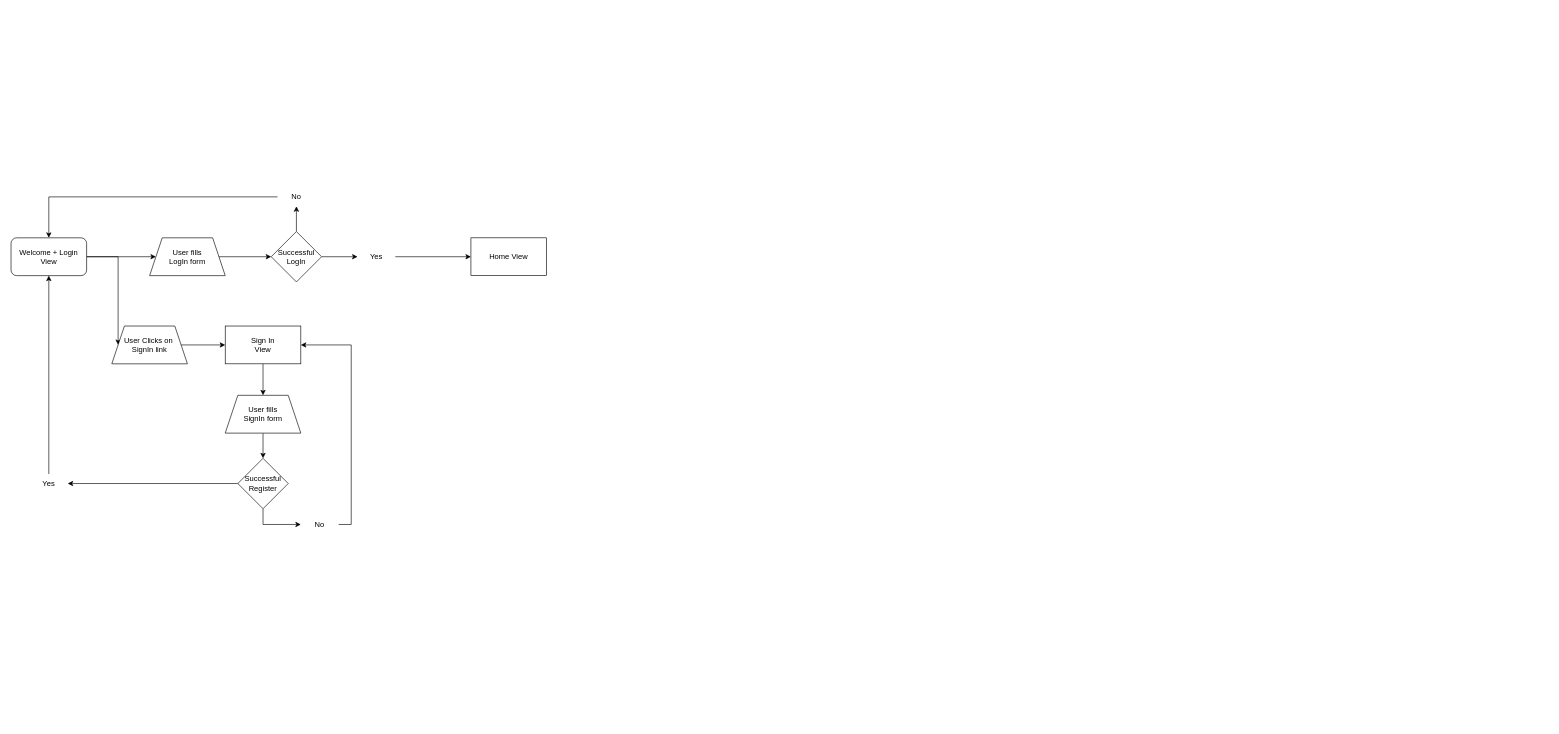
The draw.io diagram Diagrama sin título.drawio in Coquixo/final-flow-diagram, before the edit. Source tidied: cells renumbered, new cells numbered last; positions are measured from the earlier drawing's top-left corner, leaving out a move shared by most shapes. Both pictures are drawn from the tidied source at 63%, with x=0, y=0 at pixel (11, 187).
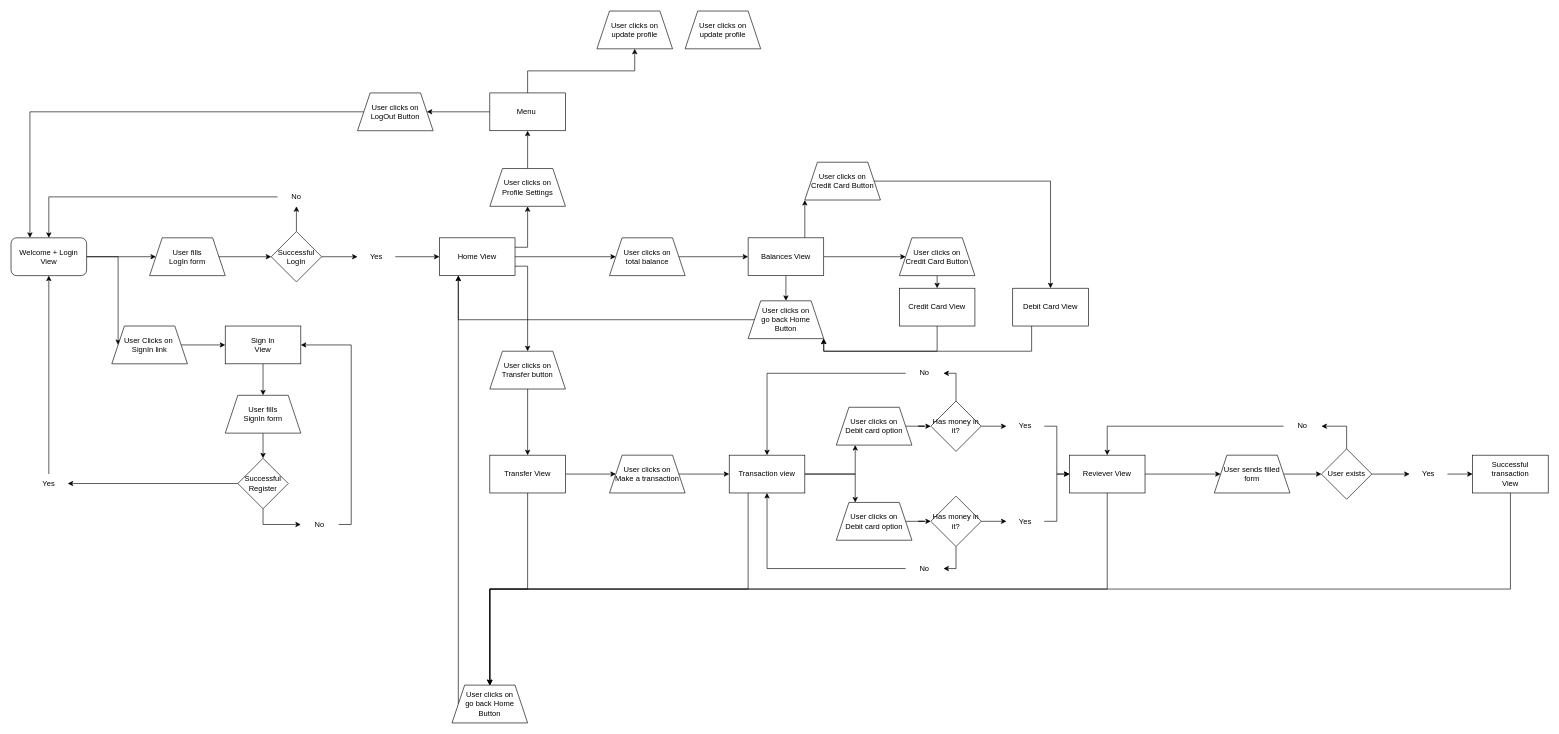
The same page after the edit.

Unchanged cells that the change refers to:
```xml
<mxCell id="4" value="Welcome + Login&lt;br&gt;View" style="rounded=1;whiteSpace=wrap;html=1;" parent="1" vertex="1">
  <mxGeometry y="80" width="120" height="60" as="geometry" />
</mxCell>
```

Change to the diagram source:
```diff
@@
+    <mxCell id="28" style="edgeStyle=orthogonalEdgeStyle;rounded=0;jettySize=auto;html=1;exitX=1;exitY=0.5;exitDx=0;exitDy=0;entryX=0;entryY=0.5;entryDx=0;entryDy=0;" parent="1" edge="1" source="27" target="32">
+      <mxGeometry relative="1" as="geometry" />
+    </mxCell>
+    <mxCell id="29" style="edgeStyle=orthogonalEdgeStyle;rounded=0;jettySize=auto;html=1;exitX=1;exitY=0.25;exitDx=0;exitDy=0;entryX=0.5;entryY=1;entryDx=0;entryDy=0;" parent="1" edge="1" source="27" target="38">
+      <mxGeometry relative="1" as="geometry" />
+    </mxCell>
+    <mxCell id="30" style="edgeStyle=orthogonalEdgeStyle;rounded=0;jettySize=auto;html=1;exitX=1;exitY=0.75;exitDx=0;exitDy=0;entryX=0.5;entryY=0;entryDx=0;entryDy=0;" parent="1" edge="1" source="27" target="47">
+      <mxGeometry relative="1" as="geometry" />
+    </mxCell>
     <mxCell id="27" value="Home View" style="rounded=0;whiteSpace=wrap;html=1;" parent="1" vertex="1">
-      <mxGeometry x="730" y="80" width="120" height="60" as="geometry" />
+      <mxGeometry x="680" y="80" width="120" height="60" as="geometry" />
     </mxCell>
+    <mxCell id="31" style="edgeStyle=orthogonalEdgeStyle;rounded=0;jettySize=auto;html=1;exitX=1;exitY=0.5;exitDx=0;exitDy=0;entryX=0;entryY=0.5;entryDx=0;entryDy=0;" parent="1" edge="1" source="32" target="36">
+      <mxGeometry relative="1" as="geometry" />
+    </mxCell>
+    <mxCell id="32" value="User clicks on&lt;br&gt;total balance" style="shape=trapezoid;perimeter=trapezoidPerimeter;whiteSpace=wrap;html=1;fixedSize=1;" parent="1" vertex="1">
+      <mxGeometry x="950" y="80" width="120" height="60" as="geometry" />
+    </mxCell>
+    <mxCell id="33" style="edgeStyle=orthogonalEdgeStyle;rounded=0;jettySize=auto;html=1;exitX=0.5;exitY=1;exitDx=0;exitDy=0;entryX=0.5;entryY=0;entryDx=0;entryDy=0;" parent="1" edge="1" source="36" target="92">
+      <mxGeometry relative="1" as="geometry" />
+    </mxCell>
+    <mxCell id="34" style="edgeStyle=orthogonalEdgeStyle;rounded=0;jettySize=auto;html=1;exitX=1;exitY=0.5;exitDx=0;exitDy=0;entryX=0;entryY=0.5;entryDx=0;entryDy=0;" parent="1" edge="1" source="36" target="94">
+      <mxGeometry relative="1" as="geometry" />
+    </mxCell>
+    <mxCell id="35" style="edgeStyle=orthogonalEdgeStyle;rounded=0;jettySize=auto;html=1;exitX=0.75;exitY=0;exitDx=0;exitDy=0;entryX=0;entryY=1;entryDx=0;entryDy=0;" parent="1" edge="1" source="36" target="98">
+      <mxGeometry relative="1" as="geometry" />
+    </mxCell>
+    <mxCell id="36" value="Balances View" style="rounded=0;whiteSpace=wrap;html=1;" parent="1" vertex="1">
+      <mxGeometry x="1170" y="80" width="120" height="60" as="geometry" />
+    </mxCell>
+    <mxCell id="37" style="edgeStyle=orthogonalEdgeStyle;rounded=0;jettySize=auto;html=1;exitX=0.5;exitY=0;exitDx=0;exitDy=0;entryX=0.5;entryY=1;entryDx=0;entryDy=0;" parent="1" edge="1" source="38" target="41">
+      <mxGeometry relative="1" as="geometry" />
+    </mxCell>
+    <mxCell id="38" value="User clicks on&lt;br&gt;Profile Settings" style="shape=trapezoid;perimeter=trapezoidPerimeter;whiteSpace=wrap;html=1;fixedSize=1;" parent="1" vertex="1">
+      <mxGeometry x="760" y="-30" width="120" height="60" as="geometry" />
+    </mxCell>
+    <mxCell id="39" style="edgeStyle=orthogonalEdgeStyle;rounded=0;jettySize=auto;html=1;exitX=0;exitY=0.5;exitDx=0;exitDy=0;entryX=1;entryY=0.5;entryDx=0;entryDy=0;" parent="1" edge="1" source="41" target="43">
+      <mxGeometry relative="1" as="geometry" />
+    </mxCell>
+    <mxCell id="40" style="edgeStyle=orthogonalEdgeStyle;rounded=0;jettySize=auto;html=1;exitX=0.5;exitY=0;exitDx=0;exitDy=0;entryX=0.5;entryY=1;entryDx=0;entryDy=0;" parent="1" edge="1" source="41" target="44">
+      <mxGeometry relative="1" as="geometry" />
+    </mxCell>
+    <mxCell id="41" value="Menu&amp;nbsp;" style="rounded=0;whiteSpace=wrap;html=1;" parent="1" vertex="1">
+      <mxGeometry x="760" y="-150" width="120" height="60" as="geometry" />
+    </mxCell>
+    <mxCell id="42" style="edgeStyle=orthogonalEdgeStyle;rounded=0;jettySize=auto;html=1;exitX=0;exitY=0.5;exitDx=0;exitDy=0;entryX=0.25;entryY=0;entryDx=0;entryDy=0;" parent="1" edge="1" source="43" target="4">
+      <mxGeometry relative="1" as="geometry" />
+    </mxCell>
+    <mxCell id="43" value="User clicks on&lt;br&gt;LogOut Button" style="shape=trapezoid;perimeter=trapezoidPerimeter;whiteSpace=wrap;html=1;fixedSize=1;" parent="1" vertex="1">
+      <mxGeometry x="550" y="-150" width="120" height="60" as="geometry" />
+    </mxCell>
+    <mxCell id="44" value="User clicks on&lt;br&gt;update profile" style="shape=trapezoid;perimeter=trapezoidPerimeter;whiteSpace=wrap;html=1;fixedSize=1;" parent="1" vertex="1">
+      <mxGeometry x="930" y="-280" width="120" height="60" as="geometry" />
+    </mxCell>
+    <mxCell id="45" value="User clicks on&lt;br&gt;update profile" style="shape=trapezoid;perimeter=trapezoidPerimeter;whiteSpace=wrap;html=1;fixedSize=1;" parent="1" vertex="1">
+      <mxGeometry x="1070" y="-280" width="120" height="60" as="geometry" />
+    </mxCell>
+    <mxCell id="46" style="edgeStyle=orthogonalEdgeStyle;rounded=0;jettySize=auto;html=1;exitX=0.5;exitY=1;exitDx=0;exitDy=0;entryX=0.5;entryY=0;entryDx=0;entryDy=0;" parent="1" edge="1" source="47" target="50">
+      <mxGeometry relative="1" as="geometry" />
+    </mxCell>
+    <mxCell id="47" value="User clicks on&lt;br&gt;Transfer button" style="shape=trapezoid;perimeter=trapezoidPerimeter;whiteSpace=wrap;html=1;fixedSize=1;" parent="1" vertex="1">
+      <mxGeometry x="760" y="260" width="120" height="60" as="geometry" />
+    </mxCell>
+    <mxCell id="48" style="edgeStyle=orthogonalEdgeStyle;rounded=0;jettySize=auto;html=1;exitX=1;exitY=0.5;exitDx=0;exitDy=0;entryX=0;entryY=0.5;entryDx=0;entryDy=0;" parent="1" edge="1" source="50" target="52">
+      <mxGeometry relative="1" as="geometry" />
+    </mxCell>
+    <mxCell id="49" style="edgeStyle=orthogonalEdgeStyle;rounded=0;jettySize=auto;html=1;exitX=0.5;exitY=1;exitDx=0;exitDy=0;entryX=0.5;entryY=0;entryDx=0;entryDy=0;" parent="1" edge="1" source="50" target="90">
+      <mxGeometry relative="1" as="geometry" />
+    </mxCell>
+    <mxCell id="50" value="Transfer View" style="rounded=0;whiteSpace=wrap;html=1;" parent="1" vertex="1">
+      <mxGeometry x="760" y="425" width="120" height="60" as="geometry" />
+    </mxCell>
+    <mxCell id="51" style="edgeStyle=orthogonalEdgeStyle;rounded=0;jettySize=auto;html=1;exitX=1;exitY=0.5;exitDx=0;exitDy=0;entryX=0;entryY=0.5;entryDx=0;entryDy=0;" parent="1" edge="1" source="52" target="56">
+      <mxGeometry relative="1" as="geometry" />
+    </mxCell>
+    <mxCell id="52" value="User clicks on&lt;br&gt;Make a transaction" style="shape=trapezoid;perimeter=trapezoidPerimeter;whiteSpace=wrap;html=1;fixedSize=1;" parent="1" vertex="1">
+      <mxGeometry x="950" y="425" width="120" height="60" as="geometry" />
+    </mxCell>
+    <mxCell id="53" style="edgeStyle=orthogonalEdgeStyle;rounded=0;jettySize=auto;html=1;exitX=1;exitY=0.5;exitDx=0;exitDy=0;entryX=0.25;entryY=1;entryDx=0;entryDy=0;" parent="1" edge="1" source="56" target="60">
+      <mxGeometry relative="1" as="geometry" />
+    </mxCell>
+    <mxCell id="54" style="edgeStyle=orthogonalEdgeStyle;rounded=0;jettySize=auto;html=1;exitX=1;exitY=0.5;exitDx=0;exitDy=0;entryX=0.25;entryY=0;entryDx=0;entryDy=0;" parent="1" edge="1" source="56" target="58">
+      <mxGeometry relative="1" as="geometry" />
+    </mxCell>
+    <mxCell id="55" style="edgeStyle=orthogonalEdgeStyle;rounded=0;jettySize=auto;html=1;exitX=0.25;exitY=1;exitDx=0;exitDy=0;entryX=0.5;entryY=0;entryDx=0;entryDy=0;" parent="1" edge="1" source="56" target="90">
+      <mxGeometry relative="1" as="geometry" />
+    </mxCell>
+    <mxCell id="56" value="Transaction view" style="rounded=0;whiteSpace=wrap;html=1;" parent="1" vertex="1">
+      <mxGeometry x="1140" y="425" width="120" height="60" as="geometry" />
+    </mxCell>
+    <mxCell id="57" style="edgeStyle=orthogonalEdgeStyle;rounded=0;jettySize=auto;html=1;exitX=1;exitY=0.5;exitDx=0;exitDy=0;entryX=0;entryY=0.5;entryDx=0;entryDy=0;" parent="1" edge="1" source="58" target="66">
+      <mxGeometry relative="1" as="geometry" />
+    </mxCell>
+    <mxCell id="58" value="User clicks on&lt;br&gt;Debit card option" style="shape=trapezoid;perimeter=trapezoidPerimeter;whiteSpace=wrap;html=1;fixedSize=1;" parent="1" vertex="1">
+      <mxGeometry x="1310" y="500" width="120" height="60" as="geometry" />
+    </mxCell>
+    <mxCell id="59" style="edgeStyle=orthogonalEdgeStyle;rounded=0;jettySize=auto;html=1;exitX=1;exitY=0.5;exitDx=0;exitDy=0;entryX=0;entryY=0.5;entryDx=0;entryDy=0;" parent="1" edge="1" source="60" target="63">
+      <mxGeometry relative="1" as="geometry" />
+    </mxCell>
+    <mxCell id="60" value="User clicks on&lt;br&gt;Debit card option" style="shape=trapezoid;perimeter=trapezoidPerimeter;whiteSpace=wrap;html=1;fixedSize=1;" parent="1" vertex="1">
+      <mxGeometry x="1310" y="349" width="120" height="60" as="geometry" />
+    </mxCell>
+    <mxCell id="61" style="edgeStyle=orthogonalEdgeStyle;rounded=0;jettySize=auto;html=1;exitX=0.5;exitY=0;exitDx=0;exitDy=0;entryX=1;entryY=0.5;entryDx=0;entryDy=0;" parent="1" edge="1" source="63" target="70">
+      <mxGeometry relative="1" as="geometry" />
+    </mxCell>
+    <mxCell id="62" style="edgeStyle=orthogonalEdgeStyle;rounded=0;jettySize=auto;html=1;exitX=1;exitY=0.5;exitDx=0;exitDy=0;entryX=0;entryY=0.5;entryDx=0;entryDy=0;" parent="1" edge="1" source="63" target="72">
+      <mxGeometry relative="1" as="geometry" />
+    </mxCell>
+    <mxCell id="63" value="Has money in it?" style="rhombus;whiteSpace=wrap;html=1;" parent="1" vertex="1">
+      <mxGeometry x="1460" y="339" width="80" height="80" as="geometry" />
+    </mxCell>
+    <mxCell id="64" style="edgeStyle=orthogonalEdgeStyle;rounded=0;jettySize=auto;html=1;exitX=0.5;exitY=1;exitDx=0;exitDy=0;entryX=1;entryY=0.5;entryDx=0;entryDy=0;" parent="1" edge="1" source="66" target="68">
+      <mxGeometry relative="1" as="geometry" />
+    </mxCell>
+    <mxCell id="65" style="edgeStyle=orthogonalEdgeStyle;rounded=0;jettySize=auto;html=1;exitX=1;exitY=0.5;exitDx=0;exitDy=0;entryX=0;entryY=0.5;entryDx=0;entryDy=0;" parent="1" edge="1" source="66" target="74">
+      <mxGeometry relative="1" as="geometry" />
+    </mxCell>
+    <mxCell id="66" value="Has money in it?" style="rhombus;whiteSpace=wrap;html=1;" parent="1" vertex="1">
+      <mxGeometry x="1460" y="490" width="80" height="80" as="geometry" />
+    </mxCell>
+    <mxCell id="67" style="edgeStyle=orthogonalEdgeStyle;rounded=0;jettySize=auto;html=1;exitX=0;exitY=0.5;exitDx=0;exitDy=0;entryX=0.5;entryY=1;entryDx=0;entryDy=0;" parent="1" edge="1" source="68" target="56">
+      <mxGeometry relative="1" as="geometry" />
+    </mxCell>
+    <mxCell id="68" value="No" style="text;html=1;strokeColor=none;fillColor=none;align=center;verticalAlign=middle;whiteSpace=wrap;rounded=0;" parent="1" vertex="1">
+      <mxGeometry x="1420" y="590" width="60" height="30" as="geometry" />
+    </mxCell>
+    <mxCell id="69" style="edgeStyle=orthogonalEdgeStyle;rounded=0;jettySize=auto;html=1;exitX=0;exitY=0.5;exitDx=0;exitDy=0;entryX=0.5;entryY=0;entryDx=0;entryDy=0;" parent="1" edge="1" source="70" target="56">
+      <mxGeometry relative="1" as="geometry" />
+    </mxCell>
+    <mxCell id="70" value="No" style="text;html=1;strokeColor=none;fillColor=none;align=center;verticalAlign=middle;whiteSpace=wrap;rounded=0;" parent="1" vertex="1">
+      <mxGeometry x="1420" y="280" width="60" height="30" as="geometry" />
+    </mxCell>
+    <mxCell id="71" style="edgeStyle=orthogonalEdgeStyle;rounded=0;jettySize=auto;html=1;exitX=1;exitY=0.5;exitDx=0;exitDy=0;entryX=0;entryY=0.5;entryDx=0;entryDy=0;" parent="1" edge="1" source="72" target="77">
+      <mxGeometry relative="1" as="geometry" />
+    </mxCell>
+    <mxCell id="72" value="Yes" style="text;html=1;strokeColor=none;fillColor=none;align=center;verticalAlign=middle;whiteSpace=wrap;rounded=0;" parent="1" vertex="1">
+      <mxGeometry x="1580" y="364" width="60" height="30" as="geometry" />
+    </mxCell>
+    <mxCell id="73" style="edgeStyle=orthogonalEdgeStyle;rounded=0;jettySize=auto;html=1;exitX=1;exitY=0.5;exitDx=0;exitDy=0;entryX=0;entryY=0.5;entryDx=0;entryDy=0;" parent="1" edge="1" source="74" target="77">
+      <mxGeometry relative="1" as="geometry" />
+    </mxCell>
+    <mxCell id="74" value="Yes" style="text;html=1;strokeColor=none;fillColor=none;align=center;verticalAlign=middle;whiteSpace=wrap;rounded=0;" parent="1" vertex="1">
+      <mxGeometry x="1580" y="515" width="60" height="30" as="geometry" />
+    </mxCell>
+    <mxCell id="75" style="edgeStyle=orthogonalEdgeStyle;rounded=0;jettySize=auto;html=1;exitX=1;exitY=0.5;exitDx=0;exitDy=0;entryX=0;entryY=0.5;entryDx=0;entryDy=0;" parent="1" edge="1" source="77" target="79">
+      <mxGeometry relative="1" as="geometry" />
+    </mxCell>
+    <mxCell id="76" style="edgeStyle=orthogonalEdgeStyle;rounded=0;jettySize=auto;html=1;exitX=0.5;exitY=1;exitDx=0;exitDy=0;entryX=0.5;entryY=0;entryDx=0;entryDy=0;" parent="1" edge="1" source="77" target="90">
+      <mxGeometry relative="1" as="geometry" />
+    </mxCell>
+    <mxCell id="77" value="Reviever View" style="rounded=0;whiteSpace=wrap;html=1;" parent="1" vertex="1">
+      <mxGeometry x="1680" y="425" width="120" height="60" as="geometry" />
+    </mxCell>
+    <mxCell id="78" style="edgeStyle=orthogonalEdgeStyle;rounded=0;jettySize=auto;html=1;exitX=1;exitY=0.5;exitDx=0;exitDy=0;entryX=0;entryY=0.5;entryDx=0;entryDy=0;" parent="1" edge="1" source="79" target="82">
+      <mxGeometry relative="1" as="geometry" />
+    </mxCell>
+    <mxCell id="79" value="User sends filled&lt;br&gt;form" style="shape=trapezoid;perimeter=trapezoidPerimeter;whiteSpace=wrap;html=1;fixedSize=1;" parent="1" vertex="1">
+      <mxGeometry x="1910" y="425" width="120" height="60" as="geometry" />
+    </mxCell>
+    <mxCell id="80" style="edgeStyle=orthogonalEdgeStyle;rounded=0;jettySize=auto;html=1;exitX=0.5;exitY=0;exitDx=0;exitDy=0;entryX=1;entryY=0.5;entryDx=0;entryDy=0;" parent="1" edge="1" source="82" target="84">
+      <mxGeometry relative="1" as="geometry" />
+    </mxCell>
+    <mxCell id="81" style="edgeStyle=orthogonalEdgeStyle;rounded=0;jettySize=auto;html=1;exitX=1;exitY=0.5;exitDx=0;exitDy=0;entryX=0;entryY=0.5;entryDx=0;entryDy=0;" parent="1" edge="1" source="82" target="86">
+      <mxGeometry relative="1" as="geometry" />
+    </mxCell>
+    <mxCell id="82" value="User exists" style="rhombus;whiteSpace=wrap;html=1;" parent="1" vertex="1">
+      <mxGeometry x="2080" y="415" width="80" height="80" as="geometry" />
+    </mxCell>
+    <mxCell id="83" style="edgeStyle=orthogonalEdgeStyle;rounded=0;jettySize=auto;html=1;exitX=0;exitY=0.5;exitDx=0;exitDy=0;entryX=0.5;entryY=0;entryDx=0;entryDy=0;" parent="1" edge="1" source="84" target="77">
+      <mxGeometry relative="1" as="geometry" />
+    </mxCell>
+    <mxCell id="84" value="No" style="text;html=1;strokeColor=none;fillColor=none;align=center;verticalAlign=middle;whiteSpace=wrap;rounded=0;" parent="1" vertex="1">
+      <mxGeometry x="2020" y="364" width="60" height="30" as="geometry" />
+    </mxCell>
+    <mxCell id="85" style="edgeStyle=orthogonalEdgeStyle;rounded=0;jettySize=auto;html=1;exitX=1;exitY=0.5;exitDx=0;exitDy=0;entryX=0;entryY=0.5;entryDx=0;entryDy=0;" parent="1" edge="1" source="86" target="88">
+      <mxGeometry relative="1" as="geometry" />
+    </mxCell>
+    <mxCell id="86" value="Yes" style="text;html=1;strokeColor=none;fillColor=none;align=center;verticalAlign=middle;whiteSpace=wrap;rounded=0;" parent="1" vertex="1">
+      <mxGeometry x="2220" y="440" width="60" height="30" as="geometry" />
+    </mxCell>
+    <mxCell id="87" style="edgeStyle=orthogonalEdgeStyle;rounded=0;jettySize=auto;html=1;exitX=0.5;exitY=1;exitDx=0;exitDy=0;entryX=0.5;entryY=0;entryDx=0;entryDy=0;" parent="1" edge="1" source="88" target="90">
+      <mxGeometry relative="1" as="geometry" />
+    </mxCell>
+    <mxCell id="88" value="Successful transaction&lt;br&gt;View" style="rounded=0;whiteSpace=wrap;html=1;" parent="1" vertex="1">
+      <mxGeometry x="2320" y="425" width="120" height="60" as="geometry" />
+    </mxCell>
+    <mxCell id="89" style="edgeStyle=orthogonalEdgeStyle;rounded=0;jettySize=auto;html=1;exitX=0;exitY=0.5;exitDx=0;exitDy=0;entryX=0.25;entryY=1;entryDx=0;entryDy=0;" parent="1" edge="1" source="90" target="27">
+      <mxGeometry relative="1" as="geometry" />
+    </mxCell>
+    <mxCell id="90" value="User clicks on&lt;br&gt;go back Home&lt;br&gt;Button" style="shape=trapezoid;perimeter=trapezoidPerimeter;whiteSpace=wrap;html=1;fixedSize=1;" parent="1" vertex="1">
+      <mxGeometry x="700" y="790" width="120" height="60" as="geometry" />
+    </mxCell>
+    <mxCell id="91" style="edgeStyle=orthogonalEdgeStyle;rounded=0;jettySize=auto;html=1;exitX=0;exitY=0.5;exitDx=0;exitDy=0;entryX=0.25;entryY=1;entryDx=0;entryDy=0;" parent="1" edge="1" source="92" target="27">
+      <mxGeometry relative="1" as="geometry" />
+    </mxCell>
+    <mxCell id="92" value="User clicks on&lt;br&gt;go back Home&lt;br&gt;Button" style="shape=trapezoid;perimeter=trapezoidPerimeter;whiteSpace=wrap;html=1;fixedSize=1;" parent="1" vertex="1">
+      <mxGeometry x="1170" y="180" width="120" height="60" as="geometry" />
+    </mxCell>
+    <mxCell id="93" style="edgeStyle=orthogonalEdgeStyle;rounded=0;jettySize=auto;html=1;exitX=0.5;exitY=1;exitDx=0;exitDy=0;entryX=0.5;entryY=0;entryDx=0;entryDy=0;" parent="1" edge="1" source="94" target="96">
+      <mxGeometry relative="1" as="geometry" />
+    </mxCell>
+    <mxCell id="94" value="User clicks on&lt;br&gt;Credit Card Button" style="shape=trapezoid;perimeter=trapezoidPerimeter;whiteSpace=wrap;html=1;fixedSize=1;" parent="1" vertex="1">
+      <mxGeometry x="1410" y="80" width="120" height="60" as="geometry" />
+    </mxCell>
+    <mxCell id="95" style="edgeStyle=orthogonalEdgeStyle;rounded=0;jettySize=auto;html=1;exitX=0.5;exitY=1;exitDx=0;exitDy=0;entryX=1;entryY=1;entryDx=0;entryDy=0;" parent="1" edge="1" source="96" target="92">
+      <mxGeometry relative="1" as="geometry" />
+    </mxCell>
+    <mxCell id="96" value="Credit Card View" style="rounded=0;whiteSpace=wrap;html=1;" parent="1" vertex="1">
+      <mxGeometry x="1410" y="160" width="120" height="60" as="geometry" />
+    </mxCell>
+    <mxCell id="97" style="edgeStyle=orthogonalEdgeStyle;rounded=0;jettySize=auto;html=1;exitX=1;exitY=0.5;exitDx=0;exitDy=0;" parent="1" edge="1" source="98" target="100">
+      <mxGeometry relative="1" as="geometry" />
+    </mxCell>
+    <mxCell id="98" value="User clicks on&lt;br&gt;Credit Card Button" style="shape=trapezoid;perimeter=trapezoidPerimeter;whiteSpace=wrap;html=1;fixedSize=1;" parent="1" vertex="1">
+      <mxGeometry x="1260" y="-40" width="120" height="60" as="geometry" />
+    </mxCell>
+    <mxCell id="99" style="edgeStyle=orthogonalEdgeStyle;rounded=0;jettySize=auto;html=1;exitX=0.25;exitY=1;exitDx=0;exitDy=0;entryX=1;entryY=1;entryDx=0;entryDy=0;" parent="1" edge="1" source="100" target="92">
+      <mxGeometry relative="1" as="geometry" />
+    </mxCell>
+    <mxCell id="100" value="Debit Card View" style="rounded=0;whiteSpace=wrap;html=1;" parent="1" vertex="1">
+      <mxGeometry x="1590" y="160" width="120" height="60" as="geometry" />
+    </mxCell>
```
